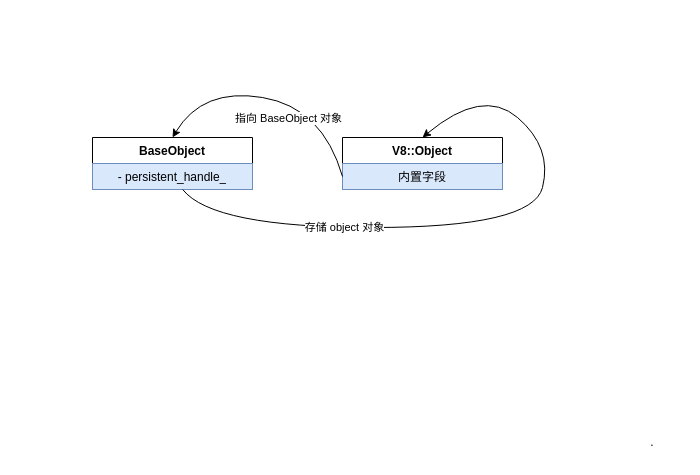
sinkhaha/my-study-note keeps this draw.io diagram as node源码/流程图/Node.js中JS、C++层、libuv的交互/BaseObject对象.drawio. Above is the earlier version. Source tidied: cells renumbered, new cells numbered last; positions are measured from the earlier drawing's top-left corner, leaving out a move shared by most shapes. Both pictures are drawn from the tidied source at 100%, with x=0, y=0 at pixel (92, 87).
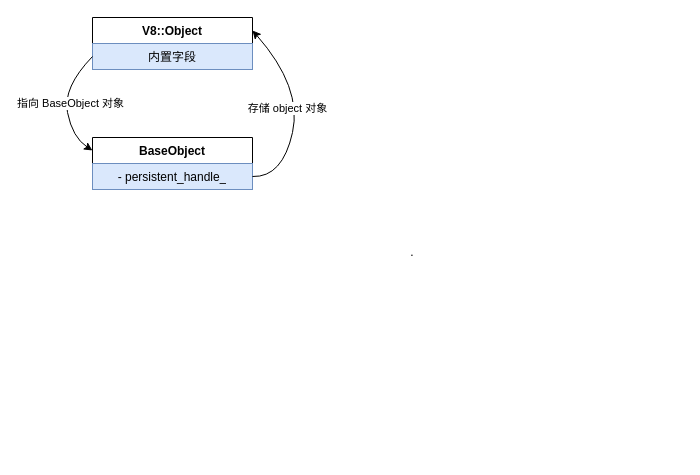
The same page after the edit.

Diff of the diagram source:
```diff
@@
 <mxGraphModel>
   <root>
     <mxCell id="0" />
     <mxCell id="1" parent="0" />
     <mxCell id="2" value="BaseObject" style="swimlane;fontStyle=1;align=center;verticalAlign=top;horizontal=1;startSize=26;whiteSpace=wrap;html=1;" parent="1" vertex="1">
       <mxGeometry y="50" width="160" height="52" as="geometry" />
     </mxCell>
     <mxCell id="3" value="-&amp;nbsp;persistent_handle_" style="text;strokeColor=#6c8ebf;fillColor=#dae8fc;align=center;verticalAlign=top;spacingLeft=4;spacingRight=4;overflow=hidden;points=[[0,0.5],[1,0.5]];portConstraint=eastwest;whiteSpace=wrap;html=1;" parent="2" vertex="1">
       <mxGeometry y="26" width="160" height="26" as="geometry" />
     </mxCell>
     <mxCell id="4" value="V8::Object" style="swimlane;fontStyle=1;align=center;verticalAlign=top;horizontal=1;startSize=26;whiteSpace=wrap;html=1;" parent="1" vertex="1">
-      <mxGeometry x="250" y="50" width="160" height="52" as="geometry" />
+      <mxGeometry y="-70" width="160" height="52" as="geometry" />
     </mxCell>
     <mxCell id="5" value="内置字段" style="text;strokeColor=#6c8ebf;fillColor=#dae8fc;align=center;verticalAlign=top;spacingLeft=4;spacingRight=4;overflow=hidden;points=[[0,0.5],[1,0.5]];portConstraint=eastwest;whiteSpace=wrap;html=1;" parent="4" vertex="1">
       <mxGeometry y="26" width="160" height="26" as="geometry" />
     </mxCell>
-    <mxCell id="6" style="curved=1;endArrow=classic;html=1;rounded=0;entryX=0.5;entryY=0;entryDx=0;entryDy=0;" parent="1" edge="1" source="3" target="4">
+    <mxCell id="6" style="curved=1;endArrow=classic;html=1;rounded=0;entryX=1;entryY=0.25;entryDx=0;entryDy=0;exitX=1;exitY=0.5;exitDx=0;exitDy=0;" parent="1" edge="1" source="3" target="4">
       <mxGeometry relative="1" as="geometry">
         <Array as="points">
-          <mxPoint x="120" y="140" />
-          <mxPoint x="440" y="140" />
-          <mxPoint x="460" y="60" />
-          <mxPoint x="390" />
+          <mxPoint x="190" y="90" />
+          <mxPoint x="210" />
         </Array>
       </mxGeometry>
     </mxCell>
     <mxCell id="7" value="存储 object 对象" style="edgeLabel;html=1;align=center;verticalAlign=middle;" parent="6" vertex="1">
-      <mxGeometry x="-0.42" y="1" relative="1" as="geometry" />
+      <mxGeometry x="-0.42" y="1" relative="1" as="geometry">
+        <mxPoint y="-43" as="offset" />
+      </mxGeometry>
     </mxCell>
-    <mxCell id="8" style="curved=1;endArrow=classic;html=1;rounded=0;exitX=0;exitY=0.5;exitDx=0;exitDy=0;entryX=0.5;entryY=0;entryDx=0;entryDy=0;" parent="1" edge="1" source="5" target="2">
+    <mxCell id="8" style="curved=1;endArrow=classic;html=1;rounded=0;exitX=0;exitY=0.5;exitDx=0;exitDy=0;entryX=0;entryY=0.25;entryDx=0;entryDy=0;" parent="1" edge="1" source="5" target="2">
       <mxGeometry relative="1" as="geometry">
         <Array as="points">
-          <mxPoint x="230" y="20" />
-          <mxPoint x="110" />
+          <mxPoint x="-30" />
+          <mxPoint x="-20" y="50" />
         </Array>
       </mxGeometry>
     </mxCell>
     <mxCell id="9" value="指向 BaseObject 对象" style="edgeLabel;html=1;align=center;verticalAlign=middle;" parent="8" vertex="1">
       <mxGeometry x="-0.16" y="6" relative="1" as="geometry">
         <mxPoint y="10" as="offset" />
       </mxGeometry>
     </mxCell>
     <mxCell id="10" value="." style="text;html=1;strokeColor=none;fillColor=none;align=center;verticalAlign=middle;whiteSpace=wrap;rounded=0;" parent="1" vertex="1">
-      <mxGeometry x="530" y="340" width="60" height="30" as="geometry" />
+      <mxGeometry x="290" y="150" width="60" height="30" as="geometry" />
     </mxCell>
   </root>
 </mxGraphModel>
```
